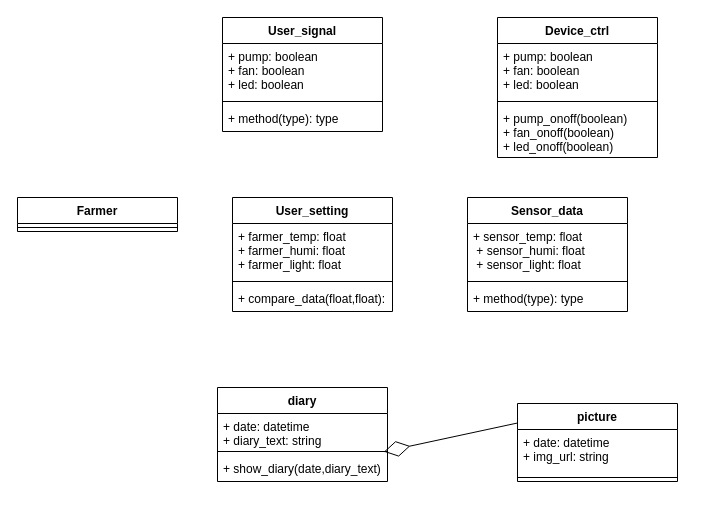
The draw.io diagram 5주차/class_dg_ver2.drawio in sonmyungwon/Software-Development, before the edit. Source tidied: cells renumbered, new cells numbered last; positions are measured from the earlier drawing's top-left corner, leaving out a move shared by most shapes. Both pictures are drawn from the tidied source at 100%, with x=0, y=0 at pixel (17, 17).
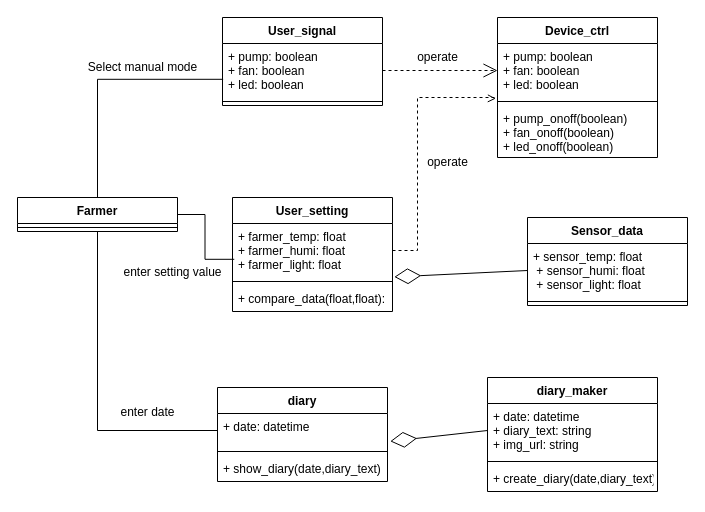
After the change.

Unchanged cells that the change refers to:
```xml
<mxCell id="3" value="+ pump: boolean&#10;+ fan: boolean&#10;+ led: boolean" style="text;strokeColor=none;fillColor=none;align=left;verticalAlign=top;spacingLeft=4;spacingRight=4;overflow=hidden;points=[[0,0.5],[1,0.5]];portConstraint=eastwest;" parent="2" vertex="1">
  <mxGeometry y="26" width="160" height="54" as="geometry" />
</mxCell>
<mxCell id="7" value="+ sensor_temp: float&#10; + sensor_humi: float&#10; + sensor_light: float" style="text;strokeColor=none;fillColor=none;align=left;verticalAlign=top;spacingLeft=4;spacingRight=4;overflow=hidden;points=[[0,0.5],[1,0.5]];portConstraint=eastwest;" parent="6" vertex="1">
  <mxGeometry y="26" width="160" height="54" as="geometry" />
</mxCell>
<mxCell id="13" value="diary" style="swimlane;fontStyle=1;align=center;verticalAlign=top;horizontal=1;startSize=26;" parent="1" vertex="1">
  <mxGeometry x="200" y="370" width="170" height="94" as="geometry" />
</mxCell>
<mxCell id="18" value="Farmer" style="swimlane;fontStyle=1;align=center;verticalAlign=top;horizontal=1;startSize=26;" parent="1" vertex="1">
  <mxGeometry y="180" width="160" height="34" as="geometry" />
</mxCell>
<mxCell id="21" value="+ pump: boolean&#10;+ fan: boolean&#10;+ led: boolean" style="text;strokeColor=none;fillColor=none;align=left;verticalAlign=top;spacingLeft=4;spacingRight=4;overflow=hidden;points=[[0,0.5],[1,0.5]];portConstraint=eastwest;" parent="20" vertex="1">
  <mxGeometry y="26" width="160" height="54" as="geometry" />
</mxCell>
<mxCell id="25" value="+ farmer_temp: float&#10;+ farmer_humi: float&#10;+ farmer_light: float" style="text;strokeColor=none;fillColor=none;align=left;verticalAlign=top;spacingLeft=4;spacingRight=4;overflow=hidden;points=[[0,0.5],[1,0.5]];portConstraint=eastwest;" parent="24" vertex="1">
  <mxGeometry y="26" width="160" height="54" as="geometry" />
</mxCell>
```

The edit, as a diff of the source:
```diff
@@
     <mxCell id="6" value="Sensor_data" style="swimlane;fontStyle=1;align=center;verticalAlign=top;horizontal=1;startSize=26;" parent="1" vertex="1">
-      <mxGeometry x="450" y="180" width="160" height="114" as="geometry" />
+      <mxGeometry x="510" y="200" width="160" height="88" as="geometry" />
     </mxCell>
@@
-    <mxCell id="9" value="+ method(type): type" style="text;strokeColor=none;fillColor=none;align=left;verticalAlign=top;spacingLeft=4;spacingRight=4;overflow=hidden;" parent="6" vertex="1">
-      <mxGeometry y="88" width="160" height="26" as="geometry" />
-    </mxCell>
-    <mxCell id="10" value="picture" style="swimlane;fontStyle=1;align=center;verticalAlign=top;horizontal=1;startSize=26;" parent="1" vertex="1">
-      <mxGeometry x="500" y="386" width="160" height="78" as="geometry" />
-    </mxCell>
-    <mxCell id="11" value="+ date: datetime&#10;+ img_url: string" style="text;strokeColor=none;fillColor=none;align=left;verticalAlign=top;spacingLeft=4;spacingRight=4;overflow=hidden;" parent="10" vertex="1">
-      <mxGeometry y="26" width="160" height="44" as="geometry" />
-    </mxCell>
-    <mxCell id="12" style="line;strokeWidth=1;fillColor=none;align=left;verticalAlign=middle;spacingTop=-1;spacingLeft=3;spacingRight=3;labelPosition=right;strokeColor=inherit;" parent="10" vertex="1">
-      <mxGeometry y="70" width="160" height="8" as="geometry" />
-    </mxCell>
@@
-    <mxCell id="14" value="+ date: datetime&#10;+ diary_text: string&#10;" style="text;strokeColor=none;fillColor=none;align=left;verticalAlign=top;spacingLeft=4;spacingRight=4;overflow=hidden;points=[[0,0.5],[1,0.5]];portConstraint=eastwest;" parent="13" vertex="1">
+    <mxCell id="14" value="+ date: datetime&#10;" style="text;strokeColor=none;fillColor=none;align=left;verticalAlign=top;spacingLeft=4;spacingRight=4;overflow=hidden;points=[[0,0.5],[1,0.5]];portConstraint=eastwest;" parent="13" vertex="1">
       <mxGeometry y="26" width="170" height="34" as="geometry" />
     </mxCell>
@@
-    <mxCell id="17" style="endArrow=diamondThin;endFill=0;endSize=24;html=1;rounded=0;entryX=0.979;entryY=1.124;entryDx=0;entryDy=0;exitX=0;exitY=0.25;exitDx=0;exitDy=0;entryPerimeter=0;" parent="1" edge="1" source="10" target="14">
-      <mxGeometry relative="1" as="geometry" />
-    </mxCell>
+    <mxCell id="28" style="edgeStyle=orthogonalEdgeStyle;rounded=0;jettySize=auto;html=1;exitX=0.5;exitY=0;exitDx=0;exitDy=0;entryX=0.004;entryY=0.663;entryDx=0;entryDy=0;entryPerimeter=0;endArrow=none;endFill=0;" parent="1" edge="1" source="18" target="21">
+      <mxGeometry relative="1" as="geometry" />
+    </mxCell>
+    <mxCell id="29" style="edgeStyle=orthogonalEdgeStyle;rounded=0;jettySize=auto;html=1;exitX=1;exitY=0.5;exitDx=0;exitDy=0;entryX=0.011;entryY=0.663;entryDx=0;entryDy=0;entryPerimeter=0;endArrow=none;endFill=0;" parent="1" edge="1" source="18" target="25">
+      <mxGeometry relative="1" as="geometry" />
+    </mxCell>
+    <mxCell id="30" style="edgeStyle=orthogonalEdgeStyle;rounded=0;jettySize=auto;html=1;exitX=0.5;exitY=1;exitDx=0;exitDy=0;entryX=0;entryY=0.5;entryDx=0;entryDy=0;endArrow=none;endFill=0;" parent="1" edge="1" source="18" target="14">
+      <mxGeometry relative="1" as="geometry" />
+    </mxCell>
@@
     <mxCell id="20" value="User_signal" style="swimlane;fontStyle=1;align=center;verticalAlign=top;horizontal=1;startSize=26;" parent="1" vertex="1">
-      <mxGeometry x="205" width="160" height="114" as="geometry" />
+      <mxGeometry x="205" width="160" height="88" as="geometry" />
     </mxCell>
@@
-    <mxCell id="23" value="+ method(type): type" style="text;strokeColor=none;fillColor=none;align=left;verticalAlign=top;spacingLeft=4;spacingRight=4;overflow=hidden;" parent="20" vertex="1">
-      <mxGeometry y="88" width="160" height="26" as="geometry" />
-    </mxCell>
@@
+    <mxCell id="31" style="edgeStyle=orthogonalEdgeStyle;rounded=0;jettySize=auto;html=1;exitX=1;exitY=0.5;exitDx=0;exitDy=0;entryX=-0.01;entryY=1.019;entryDx=0;entryDy=0;entryPerimeter=0;dashed=1;endArrow=open;endFill=0;" parent="1" edge="1" source="25" target="3">
+      <mxGeometry relative="1" as="geometry">
+        <Array as="points">
+          <mxPoint x="400" y="233" />
+          <mxPoint x="400" y="80" />
+          <mxPoint x="477" y="80" />
+          <mxPoint x="477" y="81" />
+        </Array>
+      </mxGeometry>
+    </mxCell>
+    <mxCell id="32" style="endArrow=open;dashed=1;endFill=0;endSize=12;html=1;rounded=0;exitX=1;exitY=0.5;exitDx=0;exitDy=0;entryX=0;entryY=0.5;entryDx=0;entryDy=0;" parent="1" edge="1" source="21" target="3">
+      <mxGeometry relative="1" as="geometry" />
+    </mxCell>
+    <mxCell id="33" value="operate" style="text;html=1;align=center;verticalAlign=middle;strokeColor=none;fillColor=none;" parent="1" vertex="1">
+      <mxGeometry x="390" y="25" width="60" height="30" as="geometry" />
+    </mxCell>
+    <mxCell id="34" value="operate" style="text;html=1;align=center;verticalAlign=middle;strokeColor=none;fillColor=none;" parent="1" vertex="1">
+      <mxGeometry x="400" y="130" width="60" height="30" as="geometry" />
+    </mxCell>
+    <mxCell id="35" style="endArrow=diamondThin;endFill=0;endSize=24;html=1;rounded=0;entryX=1.011;entryY=0.989;entryDx=0;entryDy=0;exitX=0;exitY=0.5;exitDx=0;exitDy=0;entryPerimeter=0;" parent="1" edge="1" source="7" target="25">
+      <mxGeometry relative="1" as="geometry" />
+    </mxCell>
+    <mxCell id="36" value="Select manual mode" style="text;html=1;align=center;verticalAlign=middle;strokeColor=none;fillColor=none;" parent="1" vertex="1">
+      <mxGeometry x="60" y="35" width="130" height="30" as="geometry" />
+    </mxCell>
+    <mxCell id="37" value="enter setting value" style="text;html=1;align=center;verticalAlign=middle;strokeColor=none;fillColor=none;" parent="1" vertex="1">
+      <mxGeometry x="95" y="240" width="120" height="30" as="geometry" />
+    </mxCell>
+    <mxCell id="38" value="enter date" style="text;html=1;align=center;verticalAlign=middle;strokeColor=none;fillColor=none;" parent="1" vertex="1">
+      <mxGeometry x="90" y="380" width="80" height="30" as="geometry" />
+    </mxCell>
+    <mxCell id="39" value="diary_maker" style="swimlane;fontStyle=1;align=center;verticalAlign=top;horizontal=1;startSize=26;" parent="1" vertex="1">
+      <mxGeometry x="470" y="360" width="170" height="114" as="geometry" />
+    </mxCell>
+    <mxCell id="40" value="+ date: datetime&#10;+ diary_text: string&#10;+ img_url: string&#10;" style="text;strokeColor=none;fillColor=none;align=left;verticalAlign=top;spacingLeft=4;spacingRight=4;overflow=hidden;points=[[0,0.5],[1,0.5]];portConstraint=eastwest;" parent="39" vertex="1">
+      <mxGeometry y="26" width="170" height="54" as="geometry" />
+    </mxCell>
+    <mxCell id="41" style="line;strokeWidth=1;fillColor=none;align=left;verticalAlign=middle;spacingTop=-1;spacingLeft=3;spacingRight=3;labelPosition=right;strokeColor=inherit;" parent="39" vertex="1">
+      <mxGeometry y="80" width="170" height="8" as="geometry" />
+    </mxCell>
+    <mxCell id="42" value="+ create_diary(date,diary_text)" style="text;strokeColor=none;fillColor=none;align=left;verticalAlign=top;spacingLeft=4;spacingRight=4;overflow=hidden;" parent="39" vertex="1">
+      <mxGeometry y="88" width="170" height="26" as="geometry" />
+    </mxCell>
+    <mxCell id="43" style="endArrow=diamondThin;endFill=0;endSize=24;html=1;rounded=0;entryX=1.016;entryY=0.818;entryDx=0;entryDy=0;exitX=0;exitY=0.5;exitDx=0;exitDy=0;entryPerimeter=0;" parent="1" edge="1" source="40" target="14">
+      <mxGeometry relative="1" as="geometry" />
+    </mxCell>
```
